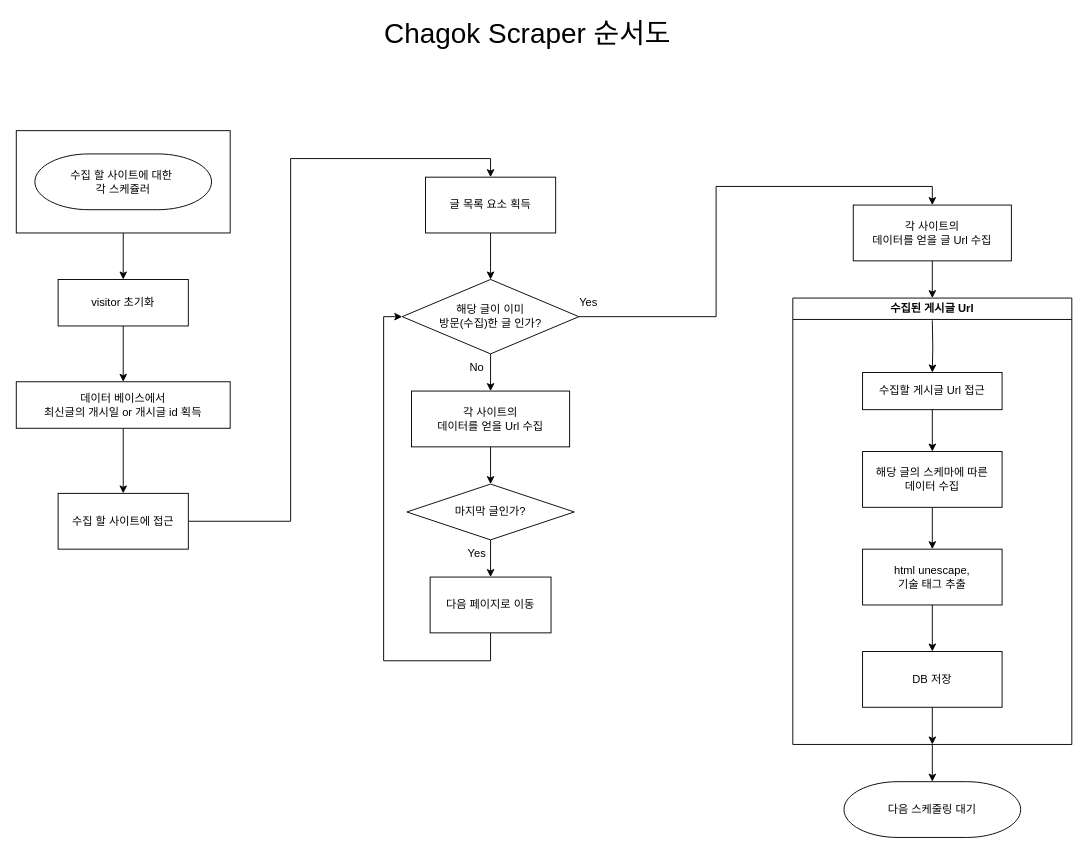
Earlier version of the draw.io diagram overview/scraper 순서도.drawio (Chagok-Integrated-for-DevProject/Chagok-BackEnd-Scraper). Source tidied: cells renumbered, new cells numbered last; positions are measured from the earlier drawing's top-left corner, leaving out a move shared by most shapes. Both pictures are drawn from the tidied source at 93%, with x=0, y=0 at pixel (16, 19).
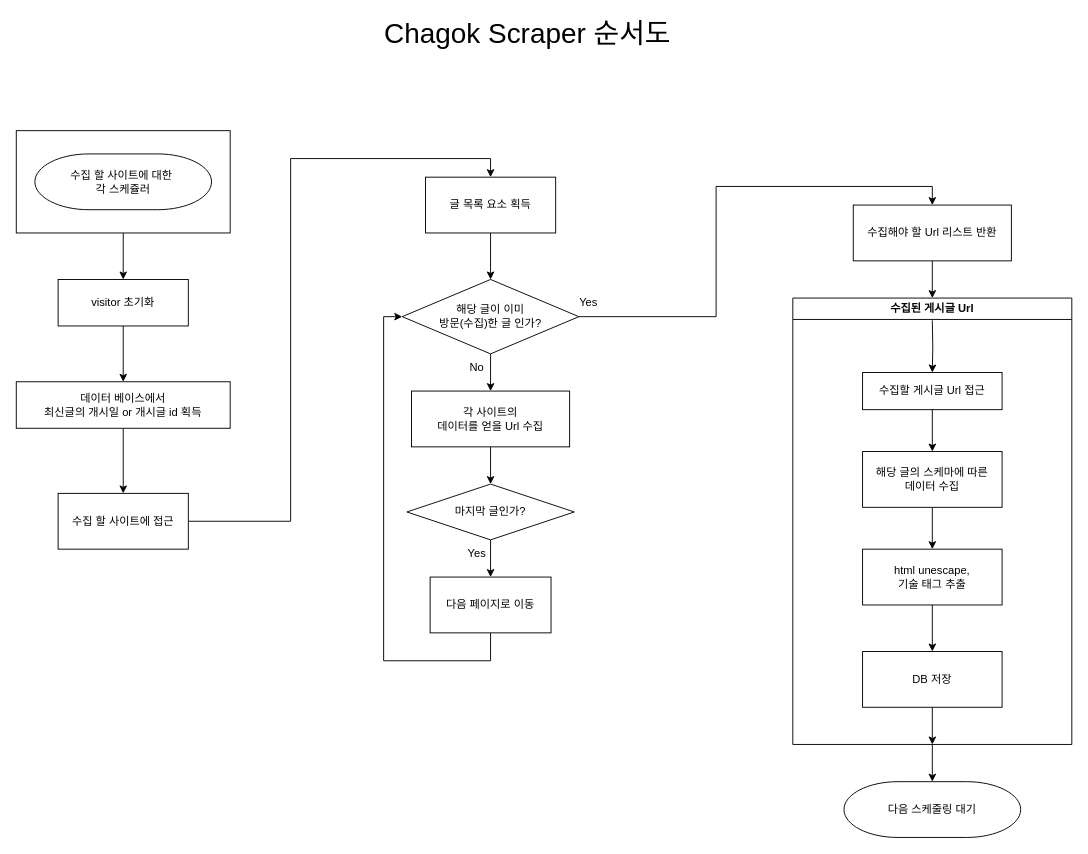
The same diagram, later.

Commit message (it also covers changes not shown here):
ReadMe 수정 - scraper 순서도 수정

What changed in the source:
```diff
@@
-    <mxCell id="4" value="&lt;div&gt;각 사이트의 &lt;br&gt;&lt;/div&gt;&lt;div&gt;데이터를 얻을 글 Url 수집&lt;br&gt;&lt;/div&gt;" style="rounded=0;whiteSpace=wrap;html=1;" parent="1" vertex="1">
+    <mxCell id="4" value="수집해야 할 Url 리스트 반환" style="rounded=0;whiteSpace=wrap;html=1;" parent="1" vertex="1">
       <mxGeometry x="900" y="200" width="170" height="60" as="geometry" />
     </mxCell>
```
